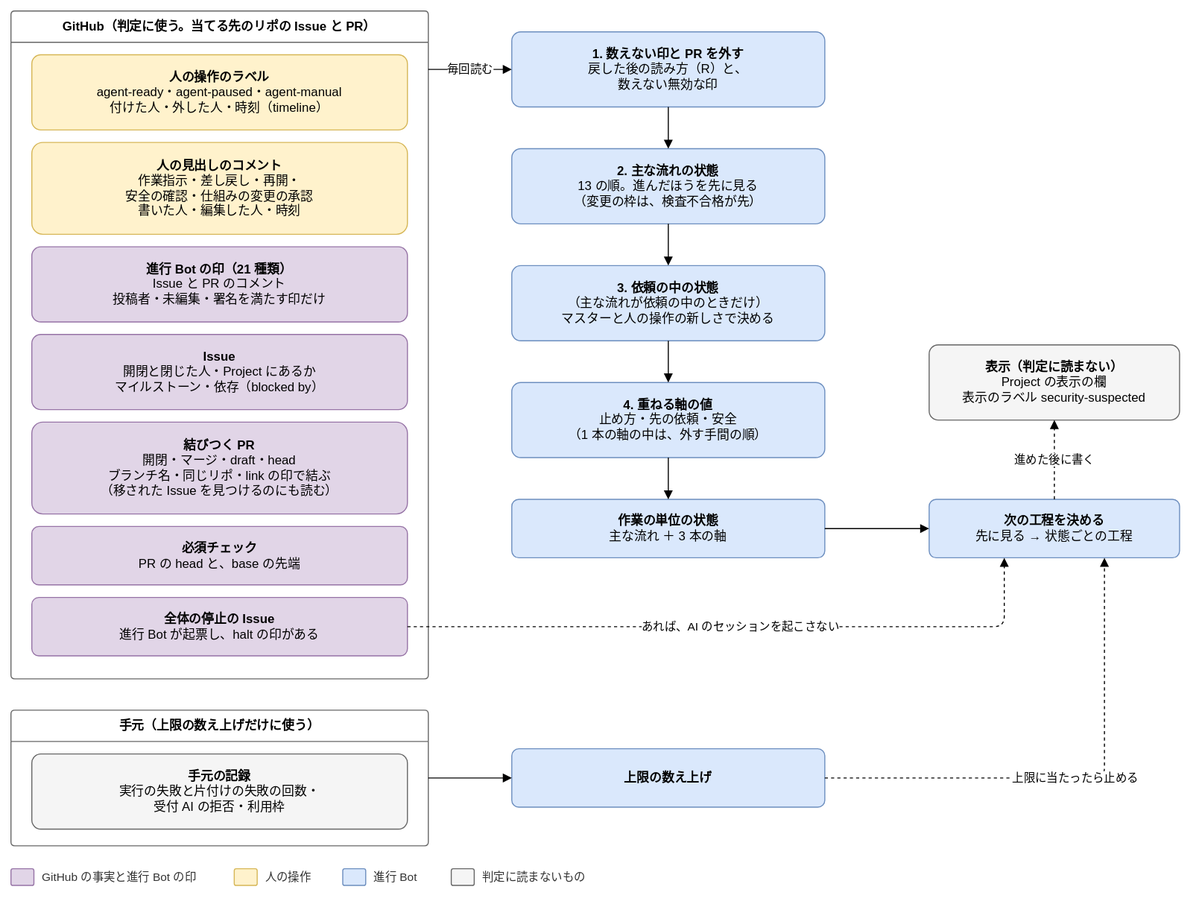
This is docs/design/basic/diagrams/02-state-assembly.drawio.svg from Joymerrevent/dev-autopilot, a draw.io export, as it was before one commit. Source tidied: cells renumbered, new cells last; positions are measured from the earlier drawing's top-left corner, leaving out a move shared by most shapes.
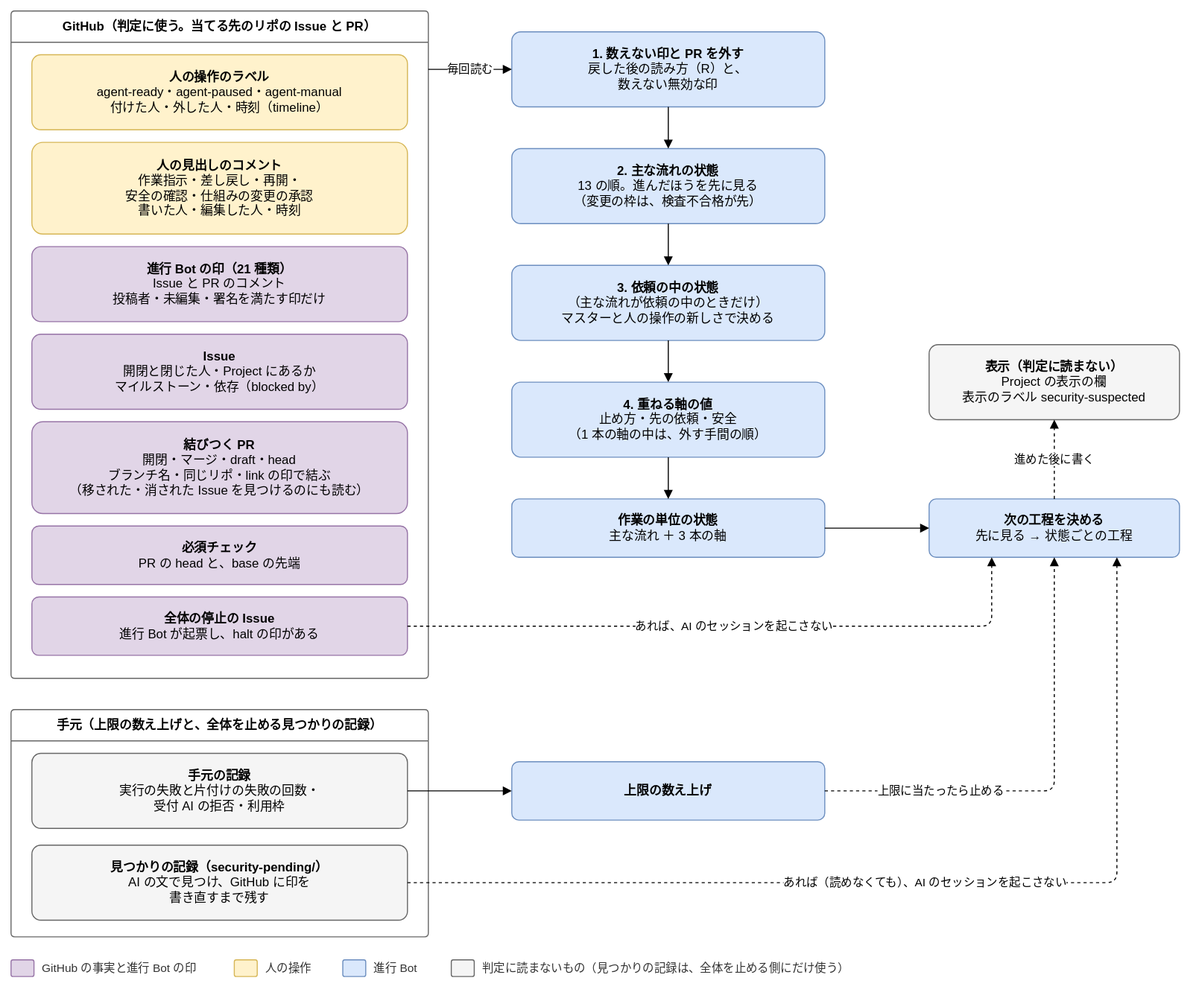
The same diagram one commit later.

Diff of the diagram source:
```diff
@@ -17,7 +17,7 @@
     <mxCell id="6" value="&lt;b&gt;Issue&lt;/b&gt;&lt;br&gt;開閉と閉じた人・Project にあるか&lt;br&gt;マイルストーン・依存（blocked by）" style="rounded=1;whiteSpace=wrap;html=1;fontSize=12;arcSize=12;spacing=12;fillColor=#e1d5e7;strokeColor=#9673a6;" parent="2" vertex="1">
       <mxGeometry x="20" y="310" width="360" height="72" as="geometry" />
     </mxCell>
-    <mxCell id="7" value="&lt;b&gt;結びつく PR&lt;/b&gt;&lt;br&gt;開閉・マージ・draft・head&lt;br&gt;ブランチ名・同じリポ・link の印で結ぶ&lt;br&gt;（移された Issue を見つけるのにも読む）" style="rounded=1;whiteSpace=wrap;html=1;fontSize=12;arcSize=12;spacing=12;fillColor=#e1d5e7;strokeColor=#9673a6;" parent="2" vertex="1">
+    <mxCell id="7" value="&lt;b&gt;結びつく PR&lt;/b&gt;&lt;br&gt;開閉・マージ・draft・head&lt;br&gt;ブランチ名・同じリポ・link の印で結ぶ&lt;br&gt;（移された・消された Issue を見つけるのにも読む）" style="rounded=1;whiteSpace=wrap;html=1;fontSize=12;arcSize=12;spacing=12;fillColor=#e1d5e7;strokeColor=#9673a6;" parent="2" vertex="1">
       <mxGeometry x="20" y="394" width="360" height="88" as="geometry" />
     </mxCell>
     <mxCell id="8" value="&lt;b&gt;必須チェック&lt;/b&gt;&lt;br&gt;PR の head と、base の先端" style="rounded=1;whiteSpace=wrap;html=1;fontSize=12;arcSize=12;spacing=12;fillColor=#e1d5e7;strokeColor=#9673a6;" parent="2" vertex="1">
@@ -47,14 +47,17 @@
     <mxCell id="16" value="&lt;b&gt;表示（判定に読まない）&lt;/b&gt;&lt;br&gt;Project の表示の欄&lt;br&gt;表示のラベル security-suspected" style="rounded=1;whiteSpace=wrap;html=1;fontSize=12;arcSize=12;spacing=12;fillColor=#f5f5f5;strokeColor=#666666;" parent="1" vertex="1">
       <mxGeometry x="880" y="320" width="240" height="72" as="geometry" />
     </mxCell>
-    <mxCell id="17" value="手元（上限の数え上げだけに使う）" style="swimlane;startSize=30;html=1;whiteSpace=wrap;rounded=1;arcSize=4;fontStyle=1;fontSize=12;strokeColor=#666666;fillColor=none;swimlaneFillColor=none;" parent="1" vertex="1">
-      <mxGeometry y="670" width="400" height="130" as="geometry" />
+    <mxCell id="17" value="手元（上限の数え上げと、全体を止める見つかりの記録）" style="swimlane;startSize=30;html=1;whiteSpace=wrap;rounded=1;arcSize=4;fontStyle=1;fontSize=12;strokeColor=#666666;fillColor=none;swimlaneFillColor=none;" parent="1" vertex="1">
+      <mxGeometry y="670" width="400" height="218" as="geometry" />
     </mxCell>
     <mxCell id="18" value="&lt;b&gt;手元の記録&lt;/b&gt;&lt;br&gt;実行の失敗と片付けの失敗の回数・&lt;br&gt;受付 AI の拒否・利用枠" style="rounded=1;whiteSpace=wrap;html=1;fontSize=12;arcSize=12;spacing=12;fillColor=#f5f5f5;strokeColor=#666666;" parent="17" vertex="1">
       <mxGeometry x="20" y="42" width="360" height="72" as="geometry" />
     </mxCell>
+    <mxCell id="38" value="&lt;b&gt;見つかりの記録（security-pending/）&lt;/b&gt;&lt;br&gt;AI の文で見つけ、GitHub に印を&lt;br&gt;書き直すまで残す" style="rounded=1;whiteSpace=wrap;html=1;fontSize=12;arcSize=12;spacing=12;fillColor=#f5f5f5;strokeColor=#666666;" parent="17" vertex="1">
+      <mxGeometry x="20" y="130" width="360" height="72" as="geometry" />
+    </mxCell>
     <mxCell id="19" value="&lt;b&gt;上限の数え上げ&lt;/b&gt;" style="rounded=1;whiteSpace=wrap;html=1;fontSize=12;arcSize=12;spacing=12;fillColor=#dae8fc;strokeColor=#6c8ebf;" parent="1" vertex="1">
-      <mxGeometry x="480" y="707" width="300" height="56" as="geometry" />
+      <mxGeometry x="480" y="720" width="300" height="56" as="geometry" />
     </mxCell>
     <mxCell id="20" value="毎回読む" style="edgeStyle=orthogonalEdgeStyle;rounded=1;html=1;endArrow=block;endFill=1;fontSize=11;labelBackgroundColor=#ffffff;exitX=1;exitY=0.0875;exitDx=0;exitDy=0;entryX=0;entryY=0.5;entryDx=0;entryDy=0;" parent="1" edge="1" source="2" target="10">
       <mxGeometry relative="1" as="geometry" />
@@ -77,46 +80,53 @@
     <mxCell id="26" value="進めた後に書く" style="edgeStyle=orthogonalEdgeStyle;rounded=1;html=1;endArrow=block;endFill=1;fontSize=11;labelBackgroundColor=#ffffff;dashed=1;exitX=0.5;exitY=0;exitDx=0;exitDy=0;entryX=0.5;entryY=1;entryDx=0;entryDy=0;" parent="1" edge="1" source="15" target="16">
       <mxGeometry relative="1" as="geometry" />
     </mxCell>
-    <mxCell id="27" value="あれば、AI のセッションを起こさない" style="edgeStyle=orthogonalEdgeStyle;rounded=1;html=1;endArrow=block;endFill=1;fontSize=11;labelBackgroundColor=#ffffff;dashed=1;exitX=1;exitY=0.5;exitDx=0;exitDy=0;entryX=0.3;entryY=1;entryDx=0;entryDy=0;" parent="1" edge="1" source="9" target="15">
+    <mxCell id="27" value="あれば、AI のセッションを起こさない" style="edgeStyle=orthogonalEdgeStyle;rounded=1;html=1;endArrow=block;endFill=1;fontSize=11;labelBackgroundColor=#ffffff;dashed=1;exitX=1;exitY=0.5;exitDx=0;exitDy=0;entryX=0.25;entryY=1;entryDx=0;entryDy=0;" parent="1" edge="1" source="9" target="15">
       <mxGeometry relative="1" as="geometry">
         <Array as="points">
-          <mxPoint x="952" y="590" />
+          <mxPoint x="940" y="590" />
         </Array>
       </mxGeometry>
     </mxCell>
-    <mxCell id="28" style="edgeStyle=orthogonalEdgeStyle;rounded=1;html=1;endArrow=block;endFill=1;fontSize=11;labelBackgroundColor=#ffffff;exitX=1;exitY=0.5;exitDx=0;exitDy=0;entryX=0;entryY=0.5;entryDx=0;entryDy=0;" parent="1" edge="1" source="17" target="19">
+    <mxCell id="28" style="edgeStyle=orthogonalEdgeStyle;rounded=1;html=1;endArrow=block;endFill=1;fontSize=11;labelBackgroundColor=#ffffff;exitX=1;exitY=0.5;exitDx=0;exitDy=0;entryX=0;entryY=0.5;entryDx=0;entryDy=0;" parent="1" edge="1" source="18" target="19">
       <mxGeometry relative="1" as="geometry" />
     </mxCell>
-    <mxCell id="29" value="上限に当たったら止める" style="edgeStyle=orthogonalEdgeStyle;rounded=1;html=1;endArrow=block;endFill=1;fontSize=11;labelBackgroundColor=#ffffff;dashed=1;exitX=1;exitY=0.5;exitDx=0;exitDy=0;entryX=0.7;entryY=1;entryDx=0;entryDy=0;" parent="1" edge="1" source="19" target="15">
-      <mxGeometry relative="1" as="geometry">
+    <mxCell id="29" value="上限に当たったら止める" style="edgeStyle=orthogonalEdgeStyle;rounded=1;html=1;endArrow=block;endFill=1;fontSize=11;labelBackgroundColor=#ffffff;dashed=1;exitX=1;exitY=0.5;exitDx=0;exitDy=0;entryX=0.5;entryY=1;entryDx=0;entryDy=0;" parent="1" edge="1" source="19" target="15">
+      <mxGeometry x="-0.5" relative="1" as="geometry">
         <Array as="points">
-          <mxPoint x="1048" y="735" />
+          <mxPoint x="1000" y="748" />
         </Array>
       </mxGeometry>
     </mxCell>
+    <mxCell id="39" value="あれば（読めなくても）、AI のセッションを起こさない" style="edgeStyle=orthogonalEdgeStyle;rounded=1;html=1;endArrow=block;endFill=1;fontSize=11;labelBackgroundColor=#ffffff;dashed=1;exitX=1;exitY=0.5;exitDx=0;exitDy=0;entryX=0.75;entryY=1;entryDx=0;entryDy=0;" parent="1" edge="1" source="38" target="15">
+      <mxGeometry relative="1" as="geometry">
+        <Array as="points">
+          <mxPoint x="1060" y="836" />
+        </Array>
+      </mxGeometry>
+    </mxCell>
     <mxCell id="30" style="rounded=1;whiteSpace=wrap;html=1;fontSize=12;arcSize=12;spacing=12;fillColor=#e1d5e7;strokeColor=#9673a6;" parent="1" vertex="1">
-      <mxGeometry y="822" width="22" height="16" as="geometry" />
+      <mxGeometry y="910" width="22" height="16" as="geometry" />
     </mxCell>
     <mxCell id="31" value="GitHub の事実と進行 Bot の印" style="text;html=1;align=left;verticalAlign=middle;fontSize=11;fontColor=#333333;" parent="1" vertex="1">
-      <mxGeometry x="28" y="820" width="170" height="20" as="geometry" />
+      <mxGeometry x="28" y="908" width="170" height="20" as="geometry" />
     </mxCell>
     <mxCell id="32" style="rounded=1;whiteSpace=wrap;html=1;fontSize=12;arcSize=12;spacing=12;fillColor=#fff2cc;strokeColor=#d6b656;" parent="1" vertex="1">
-      <mxGeometry x="214" y="822" width="22" height="16" as="geometry" />
+      <mxGeometry x="214" y="910" width="22" height="16" as="geometry" />
     </mxCell>
     <mxCell id="33" value="人の操作" style="text;html=1;align=left;verticalAlign=middle;fontSize=11;fontColor=#333333;" parent="1" vertex="1">
-      <mxGeometry x="242" y="820" width="60" height="20" as="geometry" />
+      <mxGeometry x="242" y="908" width="60" height="20" as="geometry" />
     </mxCell>
     <mxCell id="34" style="rounded=1;whiteSpace=wrap;html=1;fontSize=12;arcSize=12;spacing=12;fillColor=#dae8fc;strokeColor=#6c8ebf;" parent="1" vertex="1">
-      <mxGeometry x="318" y="822" width="22" height="16" as="geometry" />
+      <mxGeometry x="318" y="910" width="22" height="16" as="geometry" />
     </mxCell>
     <mxCell id="35" value="進行 Bot" style="text;html=1;align=left;verticalAlign=middle;fontSize=11;fontColor=#333333;" parent="1" vertex="1">
-      <mxGeometry x="346" y="820" width="60" height="20" as="geometry" />
+      <mxGeometry x="346" y="908" width="60" height="20" as="geometry" />
     </mxCell>
     <mxCell id="36" style="rounded=1;whiteSpace=wrap;html=1;fontSize=12;arcSize=12;spacing=12;fillColor=#f5f5f5;strokeColor=#666666;" parent="1" vertex="1">
-      <mxGeometry x="422" y="822" width="22" height="16" as="geometry" />
+      <mxGeometry x="422" y="910" width="22" height="16" as="geometry" />
     </mxCell>
-    <mxCell id="37" value="判定に読まないもの" style="text;html=1;align=left;verticalAlign=middle;fontSize=11;fontColor=#333333;" parent="1" vertex="1">
-      <mxGeometry x="450" y="820" width="120" height="20" as="geometry" />
+    <mxCell id="37" value="判定に読まないもの（見つかりの記録は、全体を止める側にだけ使う）" style="text;html=1;align=left;verticalAlign=middle;fontSize=11;fontColor=#333333;" parent="1" vertex="1">
+      <mxGeometry x="450" y="908" width="380" height="20" as="geometry" />
     </mxCell>
   </root>
 </mxGraphModel>
```
